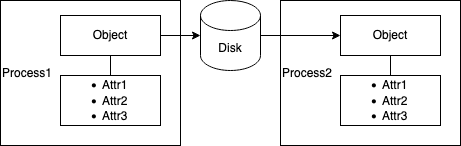
The draw.io diagram src/diagrams/serialization_to_disk.png in analytiq-hub/sigagent.github.io, before a commit. Source tidied: cells renumbered, new cells last; positions are measured from the earlier drawing's top-left corner, leaving out a move shared by most shapes. The source it was exported from:
```xml
<mxGraphModel>
  <root>
    <mxCell id="0" />
    <mxCell id="1" parent="0" />
    <mxCell id="2" value="&lt;div align=&quot;left&quot;&gt;Process1&lt;/div&gt;" style="rounded=0;whiteSpace=wrap;html=1;align=left;" parent="1" vertex="1">
      <mxGeometry width="180" height="145" as="geometry" />
    </mxCell>
    <mxCell id="3" value="Object" style="rounded=0;whiteSpace=wrap;html=1;" parent="1" vertex="1">
      <mxGeometry x="60" y="15" width="100" height="40" as="geometry" />
    </mxCell>
    <mxCell id="4" value="&lt;div align=&quot;left&quot;&gt;&lt;ul&gt;&lt;li&gt;Attr1&lt;/li&gt;&lt;li&gt;Attr2&lt;/li&gt;&lt;li&gt;Attr3&lt;br&gt;&lt;/li&gt;&lt;/ul&gt;&lt;/div&gt;" style="rounded=0;whiteSpace=wrap;html=1;align=left;" parent="1" vertex="1">
      <mxGeometry x="60" y="75" width="100" height="50" as="geometry" />
    </mxCell>
    <mxCell id="5" style="endArrow=none;html=1;entryX=0.5;entryY=1;entryDx=0;entryDy=0;exitX=0.5;exitY=0;exitDx=0;exitDy=0;" parent="1" edge="1" source="4" target="3">
      <mxGeometry relative="1" as="geometry" />
    </mxCell>
    <mxCell id="6" value="&lt;div align=&quot;left&quot;&gt;Process2&lt;/div&gt;" style="rounded=0;whiteSpace=wrap;html=1;align=left;" parent="1" vertex="1">
      <mxGeometry x="280" width="180" height="145" as="geometry" />
    </mxCell>
    <mxCell id="7" value="Object" style="rounded=0;whiteSpace=wrap;html=1;" parent="1" vertex="1">
      <mxGeometry x="340" y="15" width="100" height="40" as="geometry" />
    </mxCell>
    <mxCell id="8" value="&lt;div align=&quot;left&quot;&gt;&lt;ul&gt;&lt;li&gt;Attr1&lt;/li&gt;&lt;li&gt;Attr2&lt;/li&gt;&lt;li&gt;Attr3&lt;br&gt;&lt;/li&gt;&lt;/ul&gt;&lt;/div&gt;" style="rounded=0;whiteSpace=wrap;html=1;align=left;" parent="1" vertex="1">
      <mxGeometry x="340" y="75" width="100" height="50" as="geometry" />
    </mxCell>
    <mxCell id="9" style="endArrow=none;html=1;entryX=0.5;entryY=1;entryDx=0;entryDy=0;exitX=0.5;exitY=0;exitDx=0;exitDy=0;" parent="1" edge="1" source="8" target="7">
      <mxGeometry relative="1" as="geometry" />
    </mxCell>
    <mxCell id="10" value="Disk" style="shape=cylinder3;whiteSpace=wrap;html=1;boundedLbl=1;backgroundOutline=1;size=15;" parent="1" vertex="1">
      <mxGeometry x="200" width="60" height="70" as="geometry" />
    </mxCell>
    <mxCell id="11" style="endArrow=classic;html=1;exitX=1;exitY=0.5;exitDx=0;exitDy=0;exitPerimeter=0;entryX=0;entryY=0.5;entryDx=0;entryDy=0;" parent="1" edge="1" source="10" target="7">
      <mxGeometry relative="1" as="geometry" />
    </mxCell>
    <mxCell id="12" style="endArrow=classic;html=1;exitX=1;exitY=0.5;exitDx=0;exitDy=0;entryX=0;entryY=0.5;entryDx=0;entryDy=0;entryPerimeter=0;" parent="1" edge="1" source="3" target="10">
      <mxGeometry relative="1" as="geometry" />
    </mxCell>
  </root>
</mxGraphModel>
```
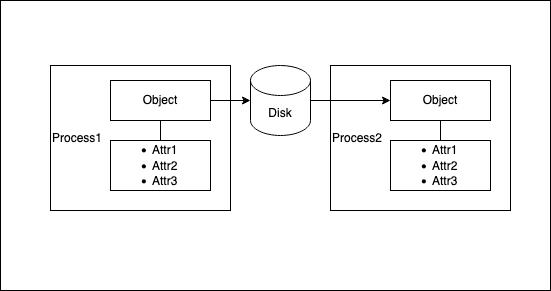
Later version of the same file.

Change to the diagram source:
```diff
@@ -2,6 +2,9 @@
   <root>
     <mxCell id="0" />
     <mxCell id="1" parent="0" />
+    <mxCell id="13" style="rounded=0;whiteSpace=wrap;html=1;" parent="1" vertex="1">
+      <mxGeometry x="-50" y="-65" width="550" height="290" as="geometry" />
+    </mxCell>
     <mxCell id="2" value="&lt;div align=&quot;left&quot;&gt;Process1&lt;/div&gt;" style="rounded=0;whiteSpace=wrap;html=1;align=left;" parent="1" vertex="1">
       <mxGeometry width="180" height="145" as="geometry" />
     </mxCell>
```
